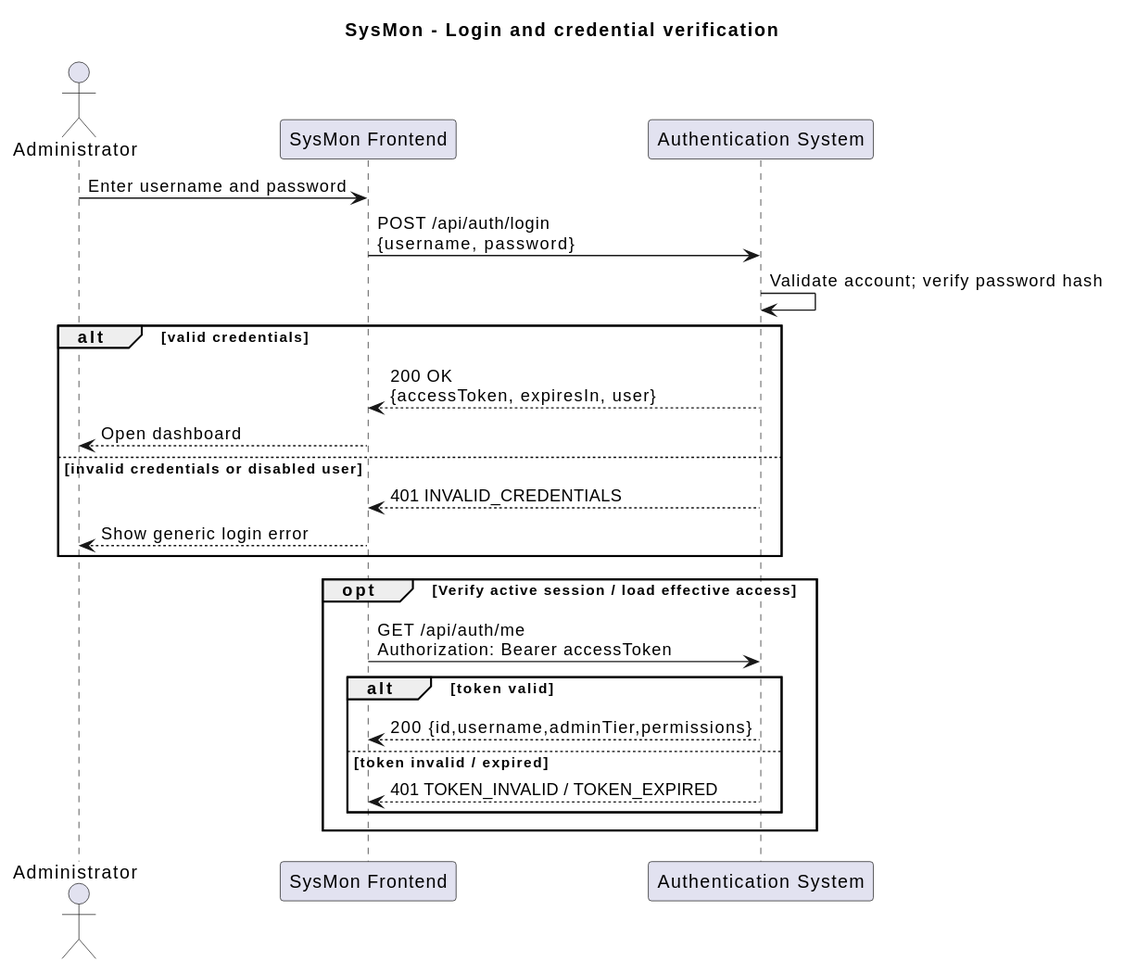
This is Task3/sequence_diagrams/01_login_credentials.svg from hriday111/SysMon, a PlantUML export, as it was before one commit. Source of this version:
```plantuml
@startuml
 title SysMon - Login and credential verification
 actor Administrator as A
 participant "SysMon Frontend" as FE
 participant "Authentication System" as AUTH
 A -> FE: Enter username and password
 FE -> AUTH: POST /api/auth/login\n{username, password}
 AUTH -> AUTH: Validate account; verify password hash
 alt valid credentials
   AUTH --> FE: 200 OK\n{accessToken, expiresIn, user}
   FE --> A: Open dashboard
 else invalid credentials or disabled user
   AUTH --> FE: 401 INVALID_CREDENTIALS
   FE --> A: Show generic login error
 end
 opt Verify active session / load effective access
   FE -> AUTH: GET /api/auth/me\nAuthorization: Bearer accessToken
   alt token valid
     AUTH --> FE: 200 {id,username,adminTier,permissions}
   else token invalid / expired
     AUTH --> FE: 401 TOKEN_INVALID / TOKEN_EXPIRED
   end
 end
@enduml
```
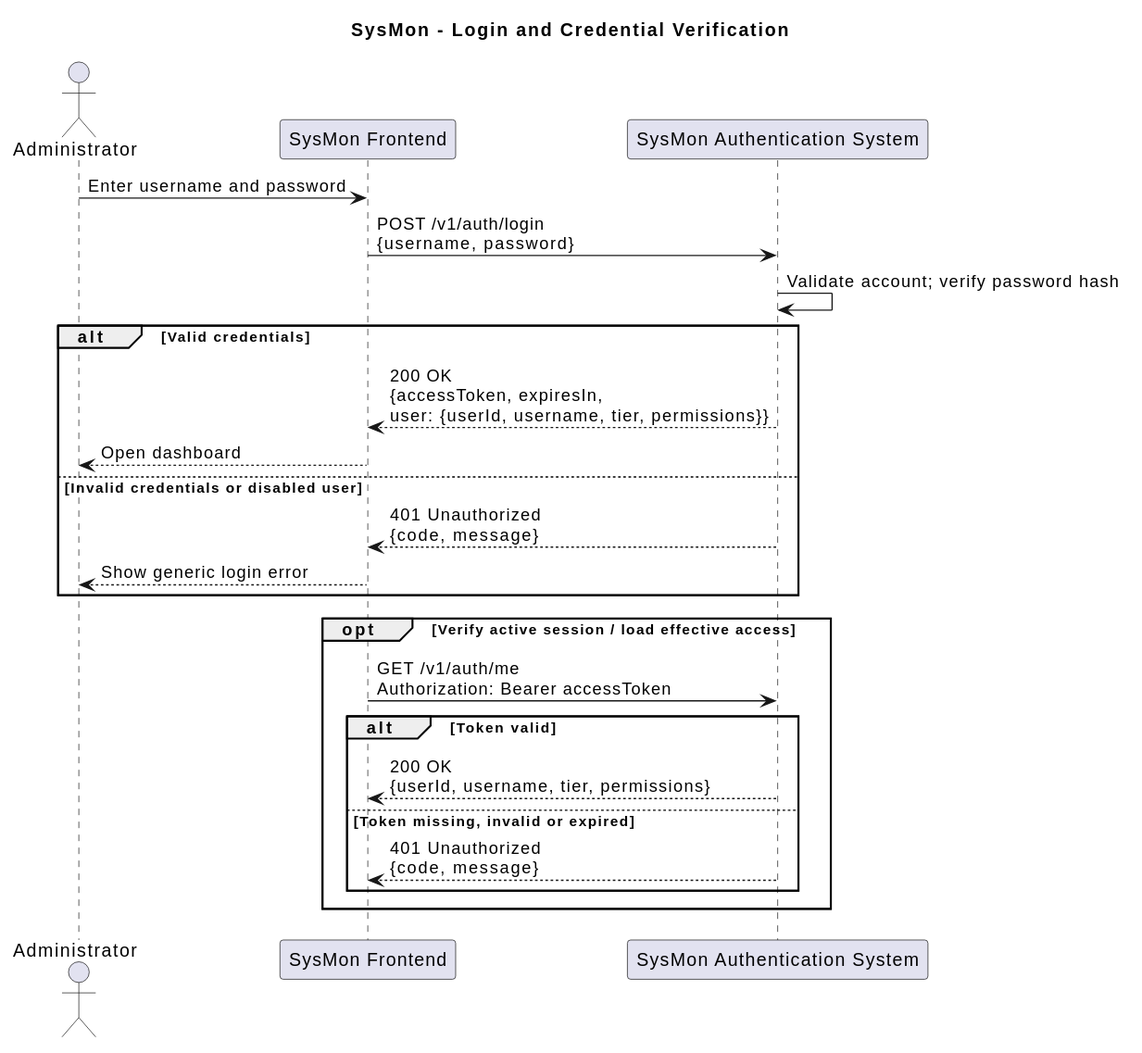
After the commit.

Change to the diagram source:
```diff
@@ -1,24 +1,28 @@
 @startuml
- title SysMon - Login and credential verification
- actor Administrator as A
- participant "SysMon Frontend" as FE
- participant "Authentication System" as AUTH
- A -> FE: Enter username and password
- FE -> AUTH: POST /api/auth/login\n{username, password}
- AUTH -> AUTH: Validate account; verify password hash
- alt valid credentials
-   AUTH --> FE: 200 OK\n{accessToken, expiresIn, user}
-   FE --> A: Open dashboard
- else invalid credentials or disabled user
-   AUTH --> FE: 401 INVALID_CREDENTIALS
-   FE --> A: Show generic login error
- end
- opt Verify active session / load effective access
-   FE -> AUTH: GET /api/auth/me\nAuthorization: Bearer accessToken
-   alt token valid
-     AUTH --> FE: 200 {id,username,adminTier,permissions}
-   else token invalid / expired
-     AUTH --> FE: 401 TOKEN_INVALID / TOKEN_EXPIRED
-   end
- end
+title SysMon - Login and Credential Verification
+
+actor Administrator as A
+participant "SysMon Frontend" as FE
+participant "SysMon Authentication System" as AUTH
+
+A -> FE : Enter username and password
+FE -> AUTH : POST /v1/auth/login\n{username, password}
+AUTH -> AUTH : Validate account; verify password hash
+
+alt Valid credentials
+  AUTH --> FE : 200 OK\n{accessToken, expiresIn,\nuser: {userId, username, tier, permissions}}
+  FE --> A : Open dashboard
+else Invalid credentials or disabled user
+  AUTH --> FE : 401 Unauthorized\n{code, message}
+  FE --> A : Show generic login error
+end
+
+opt Verify active session / load effective access
+  FE -> AUTH : GET /v1/auth/me\nAuthorization: Bearer accessToken
+  alt Token valid
+    AUTH --> FE : 200 OK\n{userId, username, tier, permissions}
+  else Token missing, invalid or expired
+    AUTH --> FE : 401 Unauthorized\n{code, message}
+  end
+end
 @enduml
```
